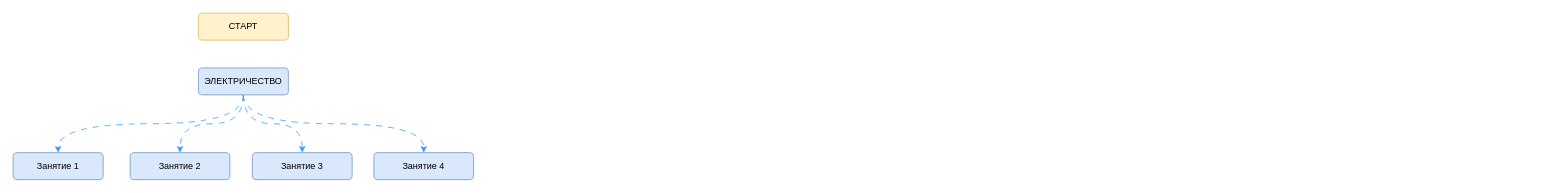
Earlier version of the draw.io diagram young energy.drawio (orlov-oleg-developer/uml-diagrams). Source tidied: cells renumbered, new cells numbered last; positions are measured from the earlier drawing's top-left corner, leaving out a move shared by most shapes. Both pictures are drawn from the tidied source at 75%, with x=0, y=0 at pixel (13, 13).
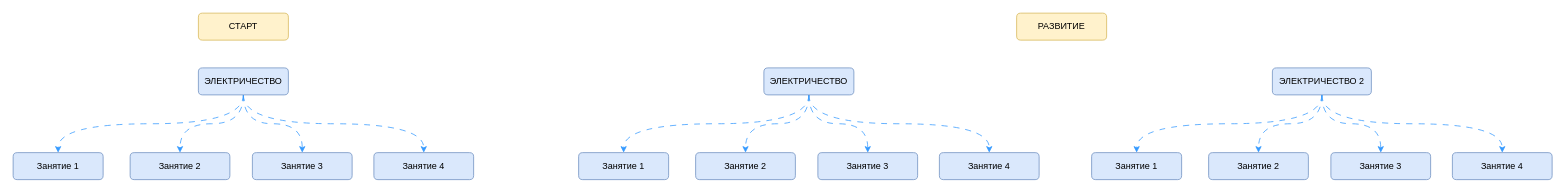
The same page after the edit.

What changed in the source:
```diff
@@
+    <mxCell id="12" value="РАЗВИТИЕ" style="rounded=1;whiteSpace=wrap;html=1;fillColor=#fff2cc;strokeColor=#d6b656;" parent="1" vertex="1">
+      <mxGeometry x="1338" width="120" height="36" as="geometry" />
+    </mxCell>
+    <mxCell id="13" style="edgeStyle=orthogonalEdgeStyle;rounded=0;jettySize=auto;html=1;entryX=0.5;entryY=0;entryDx=0;entryDy=0;curved=1;dashed=1;dashPattern=8 8;strokeColor=#3399FF;exitX=0.5;exitY=1;exitDx=0;exitDy=0;" parent="1" edge="1" source="17" target="18">
+      <mxGeometry relative="1" as="geometry" />
+    </mxCell>
+    <mxCell id="14" style="edgeStyle=orthogonalEdgeStyle;shape=connector;curved=1;rounded=0;jettySize=auto;html=1;entryX=0.5;entryY=0;entryDx=0;entryDy=0;dashed=1;dashPattern=8 8;labelBackgroundColor=default;strokeColor=#3399FF;align=center;verticalAlign=middle;fontFamily=Helvetica;fontSize=11;fontColor=default;endArrow=classic;" parent="1" edge="1" source="17" target="19">
+      <mxGeometry relative="1" as="geometry" />
+    </mxCell>
+    <mxCell id="15" style="edgeStyle=orthogonalEdgeStyle;shape=connector;curved=1;rounded=0;jettySize=auto;html=1;entryX=0.5;entryY=0;entryDx=0;entryDy=0;dashed=1;dashPattern=8 8;labelBackgroundColor=default;strokeColor=#3399FF;align=center;verticalAlign=middle;fontFamily=Helvetica;fontSize=11;fontColor=default;endArrow=classic;" parent="1" edge="1" source="17" target="20">
+      <mxGeometry relative="1" as="geometry" />
+    </mxCell>
+    <mxCell id="16" style="edgeStyle=orthogonalEdgeStyle;shape=connector;curved=1;rounded=0;jettySize=auto;html=1;entryX=0.5;entryY=0;entryDx=0;entryDy=0;dashed=1;dashPattern=8 8;labelBackgroundColor=default;strokeColor=#3399FF;align=center;verticalAlign=middle;fontFamily=Helvetica;fontSize=11;fontColor=default;endArrow=classic;exitX=0.5;exitY=1;exitDx=0;exitDy=0;" parent="1" edge="1" source="17" target="21">
+      <mxGeometry relative="1" as="geometry" />
+    </mxCell>
+    <mxCell id="17" value="ЭЛЕКТРИЧЕСТВО" style="rounded=1;whiteSpace=wrap;html=1;fillColor=#dae8fc;strokeColor=#6c8ebf;" parent="1" vertex="1">
+      <mxGeometry x="1001" y="73" width="120" height="36" as="geometry" />
+    </mxCell>
+    <mxCell id="18" value="Занятие 1" style="rounded=1;whiteSpace=wrap;html=1;fillColor=#dae8fc;strokeColor=#6c8ebf;" parent="1" vertex="1">
+      <mxGeometry x="754" y="186" width="120" height="36" as="geometry" />
+    </mxCell>
+    <mxCell id="19" value="Занятие 2" style="rounded=1;whiteSpace=wrap;html=1;fillColor=#dae8fc;strokeColor=#6c8ebf;" parent="1" vertex="1">
+      <mxGeometry x="910" y="186" width="133" height="36" as="geometry" />
+    </mxCell>
+    <mxCell id="20" value="Занятие 3" style="rounded=1;whiteSpace=wrap;html=1;fillColor=#dae8fc;strokeColor=#6c8ebf;" parent="1" vertex="1">
+      <mxGeometry x="1073" y="186" width="133" height="36" as="geometry" />
+    </mxCell>
+    <mxCell id="21" value="Занятие 4" style="rounded=1;whiteSpace=wrap;html=1;fillColor=#dae8fc;strokeColor=#6c8ebf;" parent="1" vertex="1">
+      <mxGeometry x="1235" y="186" width="133" height="36" as="geometry" />
+    </mxCell>
+    <mxCell id="22" style="edgeStyle=orthogonalEdgeStyle;rounded=0;jettySize=auto;html=1;entryX=0.5;entryY=0;entryDx=0;entryDy=0;curved=1;dashed=1;dashPattern=8 8;strokeColor=#3399FF;exitX=0.5;exitY=1;exitDx=0;exitDy=0;" parent="1" edge="1" source="26" target="27">
+      <mxGeometry relative="1" as="geometry" />
+    </mxCell>
+    <mxCell id="23" style="edgeStyle=orthogonalEdgeStyle;shape=connector;curved=1;rounded=0;jettySize=auto;html=1;entryX=0.5;entryY=0;entryDx=0;entryDy=0;dashed=1;dashPattern=8 8;labelBackgroundColor=default;strokeColor=#3399FF;align=center;verticalAlign=middle;fontFamily=Helvetica;fontSize=11;fontColor=default;endArrow=classic;" parent="1" edge="1" source="26" target="28">
+      <mxGeometry relative="1" as="geometry" />
+    </mxCell>
+    <mxCell id="24" style="edgeStyle=orthogonalEdgeStyle;shape=connector;curved=1;rounded=0;jettySize=auto;html=1;entryX=0.5;entryY=0;entryDx=0;entryDy=0;dashed=1;dashPattern=8 8;labelBackgroundColor=default;strokeColor=#3399FF;align=center;verticalAlign=middle;fontFamily=Helvetica;fontSize=11;fontColor=default;endArrow=classic;" parent="1" edge="1" source="26" target="29">
+      <mxGeometry relative="1" as="geometry" />
+    </mxCell>
+    <mxCell id="25" style="edgeStyle=orthogonalEdgeStyle;shape=connector;curved=1;rounded=0;jettySize=auto;html=1;entryX=0.5;entryY=0;entryDx=0;entryDy=0;dashed=1;dashPattern=8 8;labelBackgroundColor=default;strokeColor=#3399FF;align=center;verticalAlign=middle;fontFamily=Helvetica;fontSize=11;fontColor=default;endArrow=classic;exitX=0.5;exitY=1;exitDx=0;exitDy=0;" parent="1" edge="1" source="26" target="30">
+      <mxGeometry relative="1" as="geometry" />
+    </mxCell>
+    <mxCell id="26" value="ЭЛЕКТРИЧЕСТВО 2" style="rounded=1;whiteSpace=wrap;html=1;fillColor=#dae8fc;strokeColor=#6c8ebf;" parent="1" vertex="1">
+      <mxGeometry x="1679" y="73" width="132" height="36" as="geometry" />
+    </mxCell>
+    <mxCell id="27" value="Занятие 1" style="rounded=1;whiteSpace=wrap;html=1;fillColor=#dae8fc;strokeColor=#6c8ebf;" parent="1" vertex="1">
+      <mxGeometry x="1438" y="186" width="120" height="36" as="geometry" />
+    </mxCell>
+    <mxCell id="28" value="Занятие 2" style="rounded=1;whiteSpace=wrap;html=1;fillColor=#dae8fc;strokeColor=#6c8ebf;" parent="1" vertex="1">
+      <mxGeometry x="1594" y="186" width="133" height="36" as="geometry" />
+    </mxCell>
+    <mxCell id="29" value="Занятие 3" style="rounded=1;whiteSpace=wrap;html=1;fillColor=#dae8fc;strokeColor=#6c8ebf;" parent="1" vertex="1">
+      <mxGeometry x="1757" y="186" width="133" height="36" as="geometry" />
+    </mxCell>
+    <mxCell id="30" value="Занятие 4" style="rounded=1;whiteSpace=wrap;html=1;fillColor=#dae8fc;strokeColor=#6c8ebf;" parent="1" vertex="1">
+      <mxGeometry x="1919" y="186" width="133" height="36" as="geometry" />
+    </mxCell>
```
